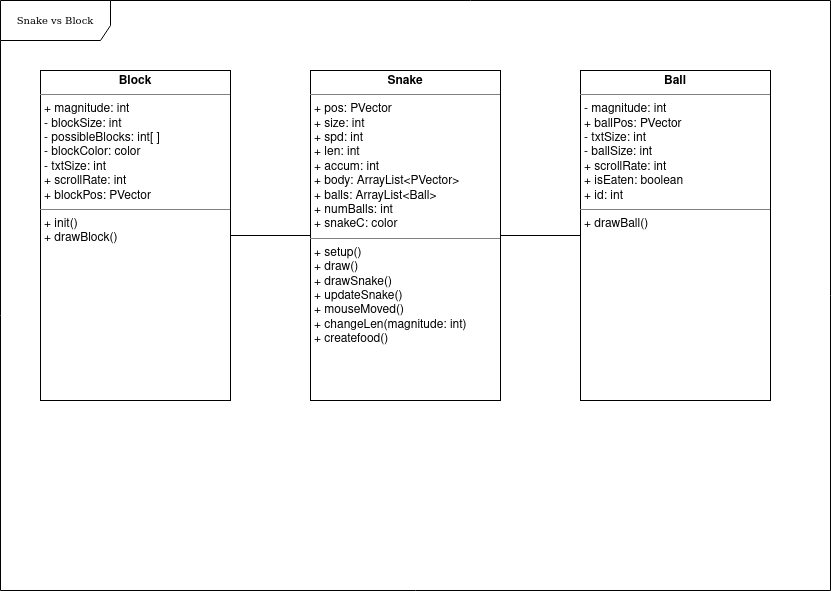
madeline-lei/final_project keeps this draw.io diagram as ouruml.png. Above is the earlier version. Source tidied: cells renumbered, new cells last; positions are measured from the earlier drawing's top-left corner, leaving out a move shared by most shapes.
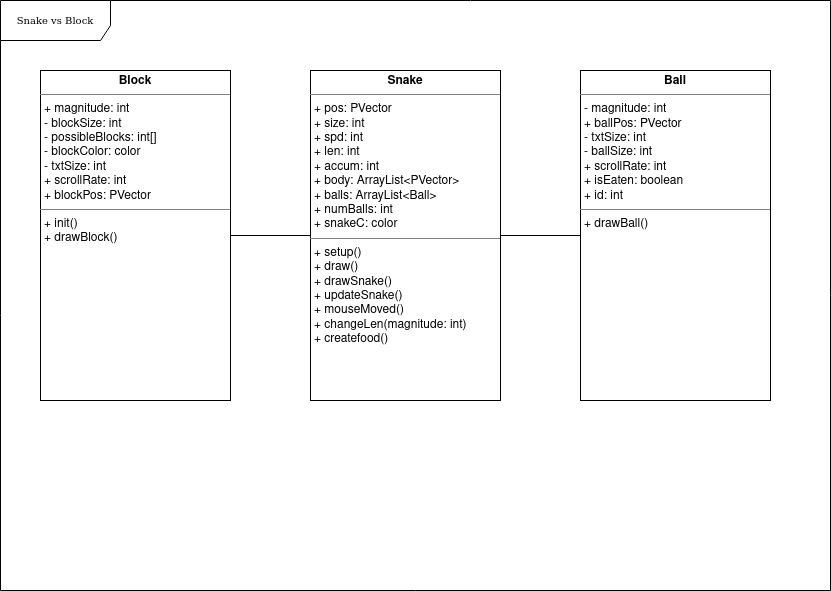
After the commit.

Commit message:
what is going on

Diff of the diagram source:
```diff
@@ -14,7 +14,7 @@
     <mxCell id="5" value="&lt;p style=&quot;margin:0px;margin-top:4px;text-align:center;&quot;&gt;&lt;b&gt;Snake&lt;/b&gt;&lt;/p&gt;&lt;hr size=&quot;1&quot;&gt;&lt;p style=&quot;margin:0px;margin-left:4px;&quot;&gt;+ pos: PVector&lt;/p&gt;&lt;p style=&quot;margin:0px;margin-left:4px;&quot;&gt;+ size: int&lt;/p&gt;&lt;p style=&quot;margin:0px;margin-left:4px;&quot;&gt;+ spd: int&lt;/p&gt;&lt;p style=&quot;margin:0px;margin-left:4px;&quot;&gt;+ len: int&lt;/p&gt;&lt;p style=&quot;margin:0px;margin-left:4px;&quot;&gt;+ accum: int&lt;br&gt;&lt;/p&gt;&lt;p style=&quot;margin:0px;margin-left:4px;&quot;&gt;+ body: ArrayList&amp;lt;PVector&amp;gt;&lt;/p&gt;&lt;p style=&quot;margin:0px;margin-left:4px;&quot;&gt;+ balls: ArrayList&amp;lt;Ball&amp;gt;&lt;/p&gt;&lt;p style=&quot;margin:0px;margin-left:4px;&quot;&gt;+ numBalls: int&lt;/p&gt;&lt;p style=&quot;margin:0px;margin-left:4px;&quot;&gt;+ snakeC: color&lt;/p&gt;&lt;hr size=&quot;1&quot;&gt;&lt;p style=&quot;margin:0px;margin-left:4px;&quot;&gt;+ setup()&lt;/p&gt;&lt;p style=&quot;margin:0px;margin-left:4px;&quot;&gt;+ draw()&lt;/p&gt;&lt;p style=&quot;margin:0px;margin-left:4px;&quot;&gt;+ drawSnake()&lt;/p&gt;&lt;p style=&quot;margin:0px;margin-left:4px;&quot;&gt;+ updateSnake()&lt;/p&gt;&lt;p style=&quot;margin:0px;margin-left:4px;&quot;&gt;+ mouseMoved()&lt;/p&gt;&lt;p style=&quot;margin:0px;margin-left:4px;&quot;&gt;+ changeLen(magnitude: int)&lt;/p&gt;&lt;p style=&quot;margin:0px;margin-left:4px;&quot;&gt;+ createfood()&lt;br&gt;&lt;/p&gt;&lt;p style=&quot;margin:0px;margin-left:4px;&quot;&gt;&lt;br&gt;&lt;/p&gt;" style="verticalAlign=top;align=left;overflow=fill;fontSize=12;fontFamily=Helvetica;html=1;rounded=0;shadow=0;comic=0;labelBackgroundColor=none;strokeWidth=1;" parent="1" vertex="1">
       <mxGeometry x="310" y="70" width="190" height="330" as="geometry" />
     </mxCell>
-    <mxCell id="6" value="&lt;p style=&quot;margin:0px;margin-top:4px;text-align:center;&quot;&gt;&lt;b&gt;Block&lt;/b&gt;&lt;/p&gt;&lt;hr size=&quot;1&quot;&gt;&lt;p style=&quot;margin:0px;margin-left:4px;&quot;&gt;+ magnitude: int&lt;/p&gt;&lt;p style=&quot;margin:0px;margin-left:4px;&quot;&gt;- blockSize: int&lt;/p&gt;&lt;p style=&quot;margin:0px;margin-left:4px;&quot;&gt;- possibleBlocks: int[ ]&lt;/p&gt;&lt;p style=&quot;margin:0px;margin-left:4px;&quot;&gt;- blockColor: color&lt;/p&gt;&lt;p style=&quot;margin:0px;margin-left:4px;&quot;&gt;- txtSize: int&lt;/p&gt;&lt;p style=&quot;margin:0px;margin-left:4px;&quot;&gt;+ scrollRate: int&lt;/p&gt;&lt;p style=&quot;margin:0px;margin-left:4px;&quot;&gt;+ blockPos: PVector&lt;br&gt;&lt;/p&gt;&lt;hr size=&quot;1&quot;&gt;&lt;p style=&quot;margin:0px;margin-left:4px;&quot;&gt;+ init()&lt;/p&gt;&lt;p style=&quot;margin:0px;margin-left:4px;&quot;&gt;+ drawBlock()&lt;/p&gt;" style="verticalAlign=top;align=left;overflow=fill;fontSize=12;fontFamily=Helvetica;html=1;rounded=0;shadow=0;comic=0;labelBackgroundColor=none;strokeWidth=1;" parent="1" vertex="1">
+    <mxCell id="6" value="&lt;p style=&quot;margin:0px;margin-top:4px;text-align:center;&quot;&gt;&lt;b&gt;Block&lt;/b&gt;&lt;/p&gt;&lt;hr size=&quot;1&quot;&gt;&lt;p style=&quot;margin:0px;margin-left:4px;&quot;&gt;+ magnitude: int&lt;/p&gt;&lt;p style=&quot;margin:0px;margin-left:4px;&quot;&gt;- blockSize: int&lt;/p&gt;&lt;p style=&quot;margin:0px;margin-left:4px;&quot;&gt;- possibleBlocks: int[]&lt;/p&gt;&lt;p style=&quot;margin:0px;margin-left:4px;&quot;&gt;- blockColor: color&lt;/p&gt;&lt;p style=&quot;margin:0px;margin-left:4px;&quot;&gt;- txtSize: int&lt;/p&gt;&lt;p style=&quot;margin:0px;margin-left:4px;&quot;&gt;+ scrollRate: int&lt;/p&gt;&lt;p style=&quot;margin:0px;margin-left:4px;&quot;&gt;+ blockPos: PVector&lt;br&gt;&lt;/p&gt;&lt;hr size=&quot;1&quot;&gt;&lt;p style=&quot;margin:0px;margin-left:4px;&quot;&gt;+ init()&lt;/p&gt;&lt;p style=&quot;margin:0px;margin-left:4px;&quot;&gt;+ drawBlock()&lt;/p&gt;" style="verticalAlign=top;align=left;overflow=fill;fontSize=12;fontFamily=Helvetica;html=1;rounded=0;shadow=0;comic=0;labelBackgroundColor=none;strokeWidth=1;" parent="1" vertex="1">
       <mxGeometry x="40" y="70" width="190" height="330" as="geometry" />
     </mxCell>
     <mxCell id="7" value="&lt;p style=&quot;margin:0px;margin-top:4px;text-align:center;&quot;&gt;&lt;b&gt;Ball&lt;/b&gt;&lt;/p&gt;&lt;hr size=&quot;1&quot;&gt;&lt;p style=&quot;margin:0px;margin-left:4px;&quot;&gt;- magnitude: int&lt;/p&gt;&lt;p style=&quot;margin:0px;margin-left:4px;&quot;&gt;+ ballPos: PVector&lt;/p&gt;&lt;p style=&quot;margin:0px;margin-left:4px;&quot;&gt;- txtSize: int&lt;/p&gt;&lt;p style=&quot;margin:0px;margin-left:4px;&quot;&gt;- ballSize: int&lt;/p&gt;&lt;p style=&quot;margin:0px;margin-left:4px;&quot;&gt;+ scrollRate: int&lt;/p&gt;&lt;p style=&quot;margin:0px;margin-left:4px;&quot;&gt;+ isEaten: boolean&lt;/p&gt;&lt;p style=&quot;margin:0px;margin-left:4px;&quot;&gt;+ id: int&lt;br&gt;&lt;/p&gt;&lt;hr size=&quot;1&quot;&gt;&lt;p style=&quot;margin:0px;margin-left:4px;&quot;&gt;+ drawBall()&lt;br&gt;&lt;/p&gt;" style="verticalAlign=top;align=left;overflow=fill;fontSize=12;fontFamily=Helvetica;html=1;rounded=0;shadow=0;comic=0;labelBackgroundColor=none;strokeWidth=1;" parent="1" vertex="1">
```
